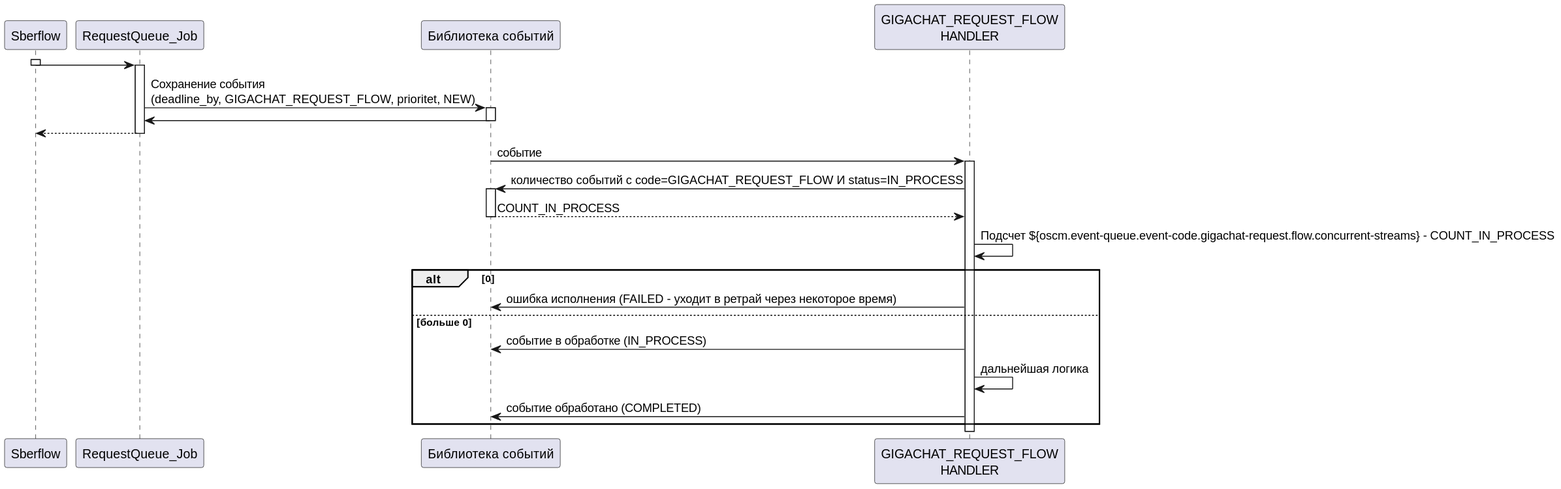
The PlantUML diagram out/process_idr/one_instance_processing_eager_cleanup.svg in laym0n/eventhandling, before a commit. Its diagram source:
```plantuml
@startuml
participant Sberflow
participant RequestQueue_Job
participant event_library as "Библиотека событий"
participant handler as "GIGACHAT_REQUEST_FLOW\nHANDLER"

activate Sberflow
Sberflow -> RequestQueue_Job
deactivate Sberflow
activate RequestQueue_Job

RequestQueue_Job -> event_library : Сохранение события\n(deadline_by, GIGACHAT_REQUEST_FLOW, prioritet, NEW)
activate event_library
event_library -> RequestQueue_Job
deactivate event_library

RequestQueue_Job --> Sberflow
deactivate RequestQueue_Job
event_library -> handler : событие

activate handler
handler -> event_library : количество событий с code=GIGACHAT_REQUEST_FLOW И status=IN_PROCESS
activate event_library
event_library --> handler : COUNT_IN_PROCESS
deactivate event_library

handler -> handler : Подсчет ${oscm.event-queue.event-code.gigachat-request.flow.concurrent-streams} - COUNT_IN_PROCESS

alt 0
    handler -> event_library : ошибка исполнения (FAILED - уходит в ретрай через некоторое время)
else больше 0
    handler -> event_library : событие в обработке (IN_PROCESS)
    handler -> handler : дальнейшая логика
    handler -> event_library : событие обработано (COMPLETED)
end
@enduml
```
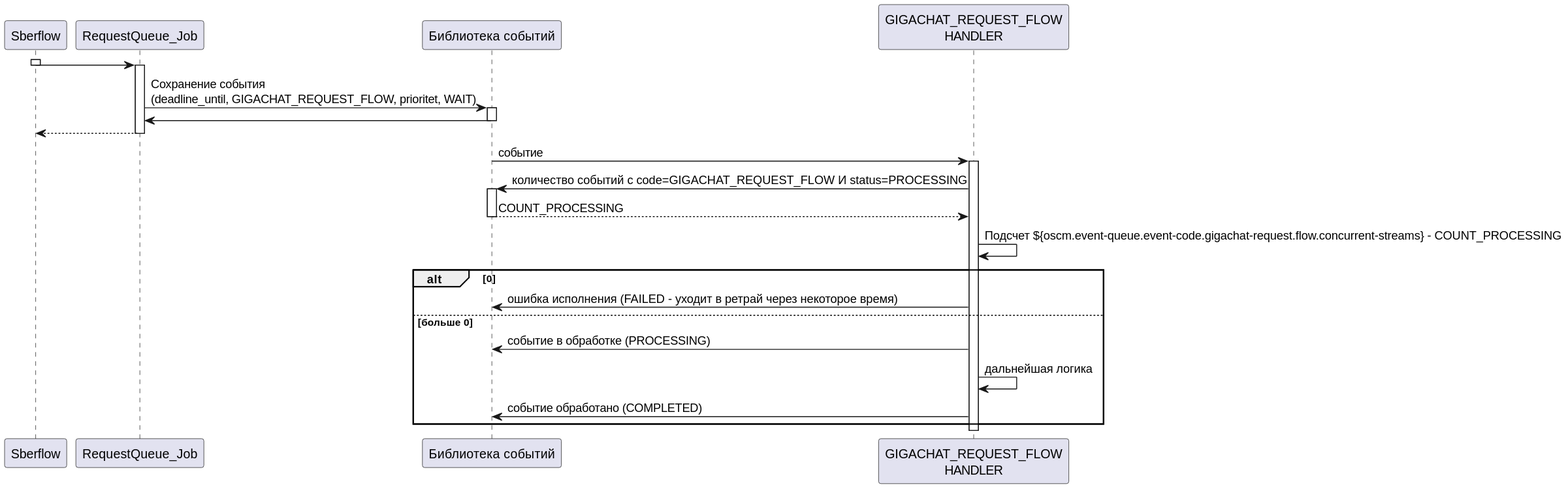
The same diagram one commit later.

Change to the diagram source:
```diff
@@ -9,7 +9,7 @@
 deactivate Sberflow
 activate RequestQueue_Job
 
-RequestQueue_Job -> event_library : Сохранение события\n(deadline_by, GIGACHAT_REQUEST_FLOW, prioritet, NEW)
+RequestQueue_Job -> event_library : Сохранение события\n(deadline_by, GIGACHAT_REQUEST_FLOW, prioritet, WAIT)
 activate event_library
 event_library -> RequestQueue_Job
 deactivate event_library
@@ -19,18 +19,20 @@
 event_library -> handler : событие
 
 activate handler
-handler -> event_library : количество событий с code=GIGACHAT_REQUEST_FLOW И status=IN_PROCESS
+handler -> event_library : количество событий с code=GIGACHAT_REQUEST_FLOW И status=PROCESSING
 activate event_library
-event_library --> handler : COUNT_IN_PROCESS
+event_library --> handler : COUNT_PROCESSING
 deactivate event_library
 
-handler -> handler : Подсчет ${oscm.event-queue.event-code.gigachat-request.flow.concurrent-streams} - COUNT_IN_PROCESS
+handler -> handler : Подсчет ${oscm.event-queue.event-code.gigachat-request.flow.concurrent-streams} - COUNT_PROCESSING
 
 alt 0
     handler -> event_library : ошибка исполнения (FAILED - уходит в ретрай через некоторое время)
 else больше 0
-    handler -> event_library : событие в обработке (IN_PROCESS)
+    handler -> event_library : событие в обработке (PROCESSING)
     handler -> handler : дальнейшая логика
     handler -> event_library : событие обработано (COMPLETED)
 end
+
+deactivate handler
 @enduml
```
